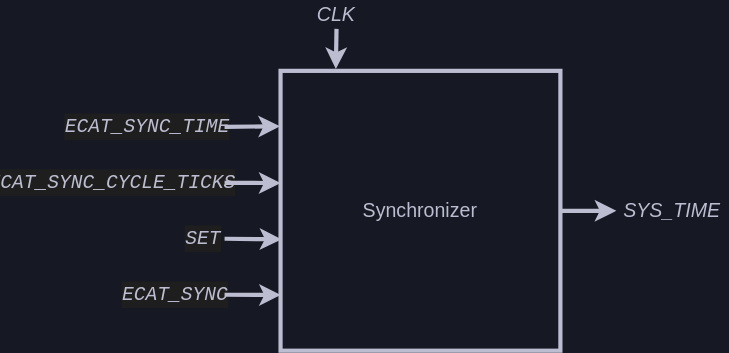
Above: docs/src/figs/synchronizer/diagram.svg in shinolab/autd3-old-monorepo (draw.io), before the change. Source tidied: cells renumbered, new cells last; positions are measured from the earlier drawing's top-left corner, leaving out a move shared by most shapes. Its diagram source:
```xml
<mxGraphModel background="#161923">
  <root>
    <mxCell id="0" />
    <mxCell id="1" parent="0" />
    <mxCell id="2" style="endArrow=classic;html=1;rounded=0;fontSize=14;fontColor=#BCBDD0;entryX=0.003;entryY=0.602;entryDx=0;entryDy=0;strokeColor=#bcbdd0;strokeWidth=3;exitX=1;exitY=0.5;exitDx=0;exitDy=0;entryPerimeter=0;" parent="1" edge="1" source="3" target="10">
      <mxGeometry relative="1" as="geometry" />
    </mxCell>
    <mxCell id="3" value="&lt;div style=&quot;background-color: rgb(30, 30, 30); font-family: &amp;quot;hackgennerd console&amp;quot;, &amp;quot;source code pro&amp;quot;, &amp;quot;源ノ角ゴシック code jp n&amp;quot;, consolas, &amp;quot;courier new&amp;quot;, monospace; line-height: 19px; font-size: 14px;&quot;&gt;&lt;i style=&quot;font-size: 14px;&quot;&gt;SET&lt;/i&gt;&lt;/div&gt;" style="text;html=1;strokeColor=none;fillColor=none;align=center;verticalAlign=middle;whiteSpace=wrap;rounded=0;labelBackgroundColor=none;fontSize=14;fontColor=#BCBDD0;" parent="1" vertex="1">
      <mxGeometry x="130" y="150" width="30" height="40" as="geometry" />
    </mxCell>
    <mxCell id="4" value="&lt;div style=&quot;background-color: rgb(30, 30, 30); font-family: &amp;quot;hackgennerd console&amp;quot;, &amp;quot;source code pro&amp;quot;, &amp;quot;源ノ角ゴシック code jp n&amp;quot;, consolas, &amp;quot;courier new&amp;quot;, monospace; line-height: 19px; font-size: 14px;&quot;&gt;&lt;i style=&quot;font-size: 14px;&quot;&gt;ECAT_SYNC_TIME&lt;/i&gt;&lt;/div&gt;" style="text;html=1;strokeColor=none;fillColor=none;align=center;verticalAlign=middle;whiteSpace=wrap;rounded=0;labelBackgroundColor=none;fontSize=14;fontColor=#BCBDD0;" parent="1" vertex="1">
      <mxGeometry x="50" y="70" width="110" height="40" as="geometry" />
    </mxCell>
    <mxCell id="5" style="endArrow=classic;html=1;rounded=0;fontSize=14;fontColor=#BCBDD0;strokeColor=#bcbdd0;strokeWidth=3;exitX=1;exitY=0.5;exitDx=0;exitDy=0;entryX=-0.002;entryY=0.198;entryDx=0;entryDy=0;entryPerimeter=0;" parent="1" edge="1" source="4" target="10">
      <mxGeometry relative="1" as="geometry" />
    </mxCell>
    <mxCell id="6" value="&lt;div style=&quot;background-color: rgb(30 , 30 , 30) ; font-family: &amp;#34;hackgennerd console&amp;#34; , &amp;#34;source code pro&amp;#34; , &amp;#34;源ノ角ゴシック code jp n&amp;#34; , &amp;#34;consolas&amp;#34; , &amp;#34;courier new&amp;#34; , monospace ; line-height: 19px ; font-size: 14px&quot;&gt;&lt;i style=&quot;font-size: 14px&quot;&gt;ECAT_SYNC_CYCLE_TICKS&lt;/i&gt;&lt;/div&gt;" style="text;html=1;strokeColor=none;fillColor=none;align=center;verticalAlign=middle;whiteSpace=wrap;rounded=0;labelBackgroundColor=none;fontSize=14;fontColor=#BCBDD0;" parent="1" vertex="1">
      <mxGeometry y="110" width="160" height="40" as="geometry" />
    </mxCell>
    <mxCell id="7" value="&lt;div style=&quot;background-color: rgb(30, 30, 30); font-family: &amp;quot;hackgennerd console&amp;quot;, &amp;quot;source code pro&amp;quot;, &amp;quot;源ノ角ゴシック code jp n&amp;quot;, consolas, &amp;quot;courier new&amp;quot;, monospace; line-height: 19px; font-size: 14px;&quot;&gt;&lt;i style=&quot;font-size: 14px;&quot;&gt;ECAT_SYNC&lt;/i&gt;&lt;/div&gt;" style="text;html=1;strokeColor=none;fillColor=none;align=center;verticalAlign=middle;whiteSpace=wrap;rounded=0;labelBackgroundColor=none;fontSize=14;fontColor=#BCBDD0;" parent="1" vertex="1">
      <mxGeometry x="90" y="190" width="70" height="40" as="geometry" />
    </mxCell>
    <mxCell id="8" style="endArrow=classic;html=1;rounded=0;fontSize=14;fontColor=#BCBDD0;strokeColor=#bcbdd0;strokeWidth=3;exitX=1;exitY=0.5;exitDx=0;exitDy=0;entryX=0;entryY=0.401;entryDx=0;entryDy=0;entryPerimeter=0;" parent="1" edge="1" source="6" target="10">
      <mxGeometry relative="1" as="geometry" />
    </mxCell>
    <mxCell id="9" style="endArrow=classic;html=1;rounded=0;fontSize=14;fontColor=#BCBDD0;entryX=0.001;entryY=0.801;entryDx=0;entryDy=0;strokeColor=#bcbdd0;strokeWidth=3;exitX=1;exitY=0.5;exitDx=0;exitDy=0;entryPerimeter=0;" parent="1" edge="1" source="7" target="10">
      <mxGeometry relative="1" as="geometry" />
    </mxCell>
    <mxCell id="10" value="&lt;font style=&quot;font-size: 14px&quot;&gt;Synchronizer&lt;/font&gt;" style="rounded=0;whiteSpace=wrap;html=1;fontColor=#BCBDD0;labelBackgroundColor=none;fillColor=none;strokeColor=#bcbdd0;strokeWidth=3;fontSize=14;" parent="1" vertex="1">
      <mxGeometry x="200" y="50" width="200" height="200" as="geometry" />
    </mxCell>
    <mxCell id="11" value="&lt;i style=&quot;font-size: 14px;&quot;&gt;SYS_TIME&lt;/i&gt;" style="text;html=1;strokeColor=none;fillColor=none;align=center;verticalAlign=middle;whiteSpace=wrap;rounded=0;labelBackgroundColor=none;fontSize=14;fontColor=#BCBDD0;" parent="1" vertex="1">
      <mxGeometry x="440" y="130" width="80" height="40" as="geometry" />
    </mxCell>
    <mxCell id="12" style="endArrow=classic;html=1;rounded=0;fontSize=14;fontColor=#BCBDD0;strokeColor=#bcbdd0;strokeWidth=3;exitX=1;exitY=0.5;exitDx=0;exitDy=0;entryX=0;entryY=0.5;entryDx=0;entryDy=0;" parent="1" edge="1" source="10" target="11">
      <mxGeometry relative="1" as="geometry" />
    </mxCell>
    <mxCell id="13" value="CLK" style="text;html=1;strokeColor=none;fillColor=none;align=center;verticalAlign=middle;whiteSpace=wrap;rounded=0;labelBackgroundColor=none;fontSize=14;fontColor=#BCBDD0;fontStyle=2;" parent="1" vertex="1">
      <mxGeometry x="210" width="60" height="20" as="geometry" />
    </mxCell>
    <mxCell id="14" style="endArrow=classic;html=1;rounded=0;fontSize=14;fontColor=#BCBDD0;strokeColor=#bcbdd0;strokeWidth=3;entryX=0.093;entryY=-0.003;entryDx=0;entryDy=0;exitX=0.5;exitY=1;exitDx=0;exitDy=0;entryPerimeter=0;" parent="1" edge="1" source="13">
      <mxGeometry relative="1" as="geometry">
        <mxPoint x="239.5" y="48.7" as="targetPoint" />
      </mxGeometry>
    </mxCell>
  </root>
</mxGraphModel>
```
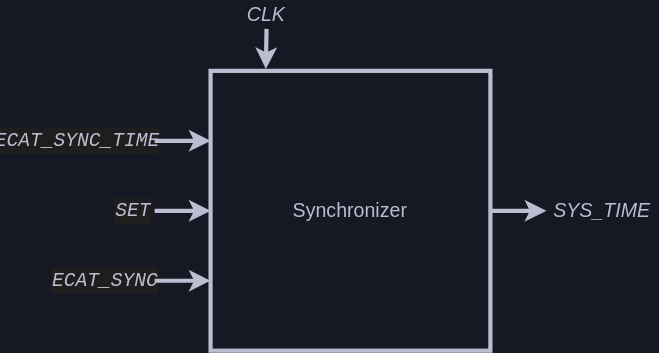
The same file after the commit.

Diff of the diagram source:
```diff
@@ -2,28 +2,22 @@
   <root>
     <mxCell id="0" />
     <mxCell id="1" parent="0" />
-    <mxCell id="2" style="endArrow=classic;html=1;rounded=0;fontSize=14;fontColor=#BCBDD0;entryX=0.003;entryY=0.602;entryDx=0;entryDy=0;strokeColor=#bcbdd0;strokeWidth=3;exitX=1;exitY=0.5;exitDx=0;exitDy=0;entryPerimeter=0;" parent="1" edge="1" source="3" target="10">
+    <mxCell id="2" style="endArrow=classic;html=1;rounded=0;fontSize=14;fontColor=#BCBDD0;entryX=0;entryY=0.5;entryDx=0;entryDy=0;strokeColor=#bcbdd0;strokeWidth=3;exitX=1;exitY=0.5;exitDx=0;exitDy=0;" parent="1" edge="1" source="3" target="10">
       <mxGeometry relative="1" as="geometry" />
     </mxCell>
     <mxCell id="3" value="&lt;div style=&quot;background-color: rgb(30, 30, 30); font-family: &amp;quot;hackgennerd console&amp;quot;, &amp;quot;source code pro&amp;quot;, &amp;quot;源ノ角ゴシック code jp n&amp;quot;, consolas, &amp;quot;courier new&amp;quot;, monospace; line-height: 19px; font-size: 14px;&quot;&gt;&lt;i style=&quot;font-size: 14px;&quot;&gt;SET&lt;/i&gt;&lt;/div&gt;" style="text;html=1;strokeColor=none;fillColor=none;align=center;verticalAlign=middle;whiteSpace=wrap;rounded=0;labelBackgroundColor=none;fontSize=14;fontColor=#BCBDD0;" parent="1" vertex="1">
-      <mxGeometry x="130" y="150" width="30" height="40" as="geometry" />
+      <mxGeometry x="130" y="130" width="30" height="40" as="geometry" />
     </mxCell>
     <mxCell id="4" value="&lt;div style=&quot;background-color: rgb(30, 30, 30); font-family: &amp;quot;hackgennerd console&amp;quot;, &amp;quot;source code pro&amp;quot;, &amp;quot;源ノ角ゴシック code jp n&amp;quot;, consolas, &amp;quot;courier new&amp;quot;, monospace; line-height: 19px; font-size: 14px;&quot;&gt;&lt;i style=&quot;font-size: 14px;&quot;&gt;ECAT_SYNC_TIME&lt;/i&gt;&lt;/div&gt;" style="text;html=1;strokeColor=none;fillColor=none;align=center;verticalAlign=middle;whiteSpace=wrap;rounded=0;labelBackgroundColor=none;fontSize=14;fontColor=#BCBDD0;" parent="1" vertex="1">
-      <mxGeometry x="50" y="70" width="110" height="40" as="geometry" />
+      <mxGeometry x="50" y="80" width="110" height="40" as="geometry" />
     </mxCell>
-    <mxCell id="5" style="endArrow=classic;html=1;rounded=0;fontSize=14;fontColor=#BCBDD0;strokeColor=#bcbdd0;strokeWidth=3;exitX=1;exitY=0.5;exitDx=0;exitDy=0;entryX=-0.002;entryY=0.198;entryDx=0;entryDy=0;entryPerimeter=0;" parent="1" edge="1" source="4" target="10">
+    <mxCell id="5" style="endArrow=classic;html=1;rounded=0;fontSize=14;fontColor=#BCBDD0;strokeColor=#bcbdd0;strokeWidth=3;exitX=1;exitY=0.5;exitDx=0;exitDy=0;entryX=0;entryY=0.25;entryDx=0;entryDy=0;" parent="1" edge="1" source="4" target="10">
       <mxGeometry relative="1" as="geometry" />
     </mxCell>
-    <mxCell id="6" value="&lt;div style=&quot;background-color: rgb(30 , 30 , 30) ; font-family: &amp;#34;hackgennerd console&amp;#34; , &amp;#34;source code pro&amp;#34; , &amp;#34;源ノ角ゴシック code jp n&amp;#34; , &amp;#34;consolas&amp;#34; , &amp;#34;courier new&amp;#34; , monospace ; line-height: 19px ; font-size: 14px&quot;&gt;&lt;i style=&quot;font-size: 14px&quot;&gt;ECAT_SYNC_CYCLE_TICKS&lt;/i&gt;&lt;/div&gt;" style="text;html=1;strokeColor=none;fillColor=none;align=center;verticalAlign=middle;whiteSpace=wrap;rounded=0;labelBackgroundColor=none;fontSize=14;fontColor=#BCBDD0;" parent="1" vertex="1">
-      <mxGeometry y="110" width="160" height="40" as="geometry" />
-    </mxCell>
     <mxCell id="7" value="&lt;div style=&quot;background-color: rgb(30, 30, 30); font-family: &amp;quot;hackgennerd console&amp;quot;, &amp;quot;source code pro&amp;quot;, &amp;quot;源ノ角ゴシック code jp n&amp;quot;, consolas, &amp;quot;courier new&amp;quot;, monospace; line-height: 19px; font-size: 14px;&quot;&gt;&lt;i style=&quot;font-size: 14px;&quot;&gt;ECAT_SYNC&lt;/i&gt;&lt;/div&gt;" style="text;html=1;strokeColor=none;fillColor=none;align=center;verticalAlign=middle;whiteSpace=wrap;rounded=0;labelBackgroundColor=none;fontSize=14;fontColor=#BCBDD0;" parent="1" vertex="1">
-      <mxGeometry x="90" y="190" width="70" height="40" as="geometry" />
+      <mxGeometry x="90" y="180" width="70" height="40" as="geometry" />
     </mxCell>
-    <mxCell id="8" style="endArrow=classic;html=1;rounded=0;fontSize=14;fontColor=#BCBDD0;strokeColor=#bcbdd0;strokeWidth=3;exitX=1;exitY=0.5;exitDx=0;exitDy=0;entryX=0;entryY=0.401;entryDx=0;entryDy=0;entryPerimeter=0;" parent="1" edge="1" source="6" target="10">
-      <mxGeometry relative="1" as="geometry" />
-    </mxCell>
-    <mxCell id="9" style="endArrow=classic;html=1;rounded=0;fontSize=14;fontColor=#BCBDD0;entryX=0.001;entryY=0.801;entryDx=0;entryDy=0;strokeColor=#bcbdd0;strokeWidth=3;exitX=1;exitY=0.5;exitDx=0;exitDy=0;entryPerimeter=0;" parent="1" edge="1" source="7" target="10">
+    <mxCell id="9" style="endArrow=classic;html=1;rounded=0;fontSize=14;fontColor=#BCBDD0;entryX=0;entryY=0.75;entryDx=0;entryDy=0;strokeColor=#bcbdd0;strokeWidth=3;exitX=1;exitY=0.5;exitDx=0;exitDy=0;" parent="1" edge="1" source="7" target="10">
       <mxGeometry relative="1" as="geometry" />
     </mxCell>
     <mxCell id="10" value="&lt;font style=&quot;font-size: 14px&quot;&gt;Synchronizer&lt;/font&gt;" style="rounded=0;whiteSpace=wrap;html=1;fontColor=#BCBDD0;labelBackgroundColor=none;fillColor=none;strokeColor=#bcbdd0;strokeWidth=3;fontSize=14;" parent="1" vertex="1">
```
